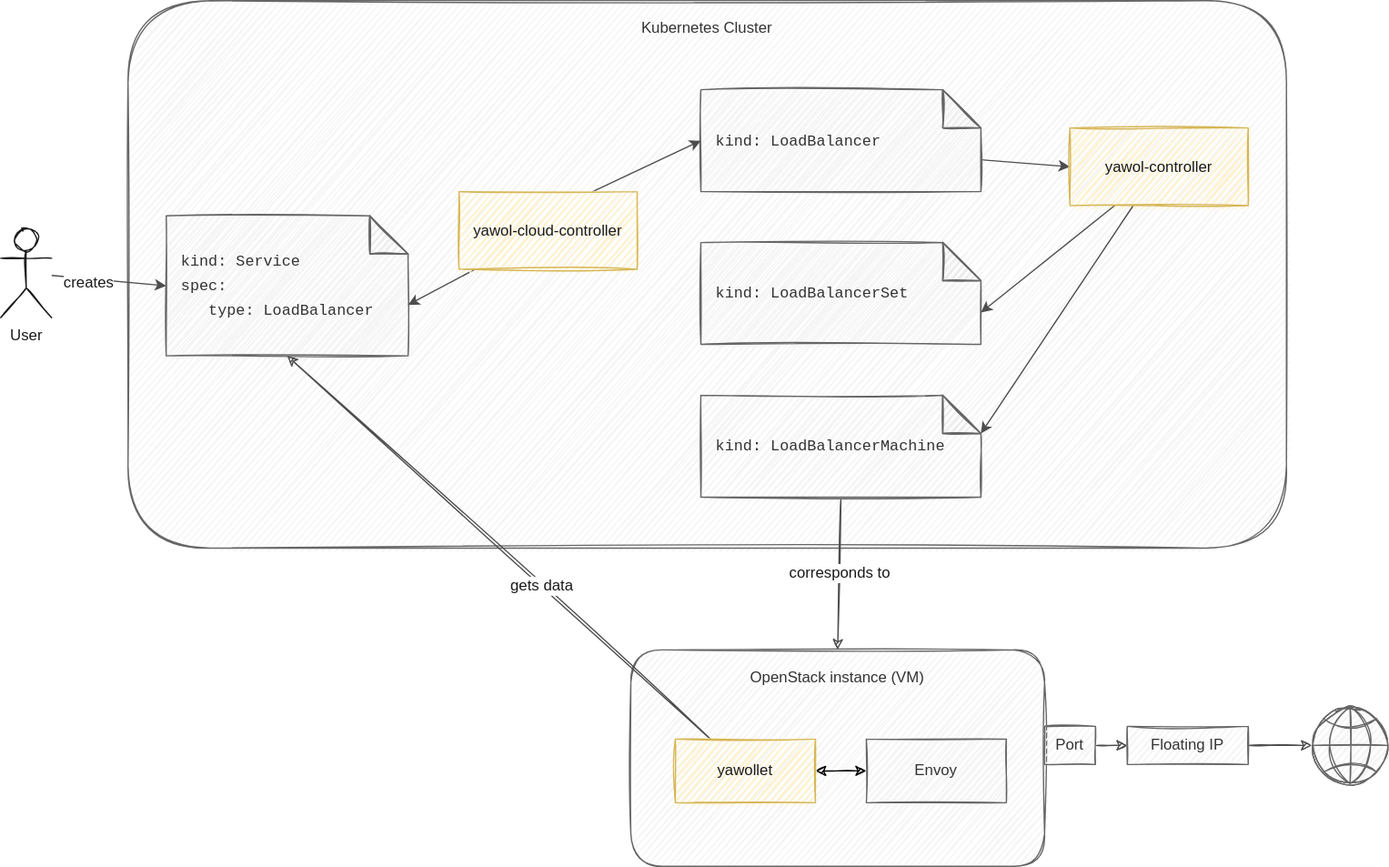
The draw.io diagram docs/overview.drawio.svg in stackitcloud/yawol, before a commit. Source tidied: cells renumbered, new cells last; positions are measured from the earlier drawing's top-left corner, leaving out a move shared by most shapes.
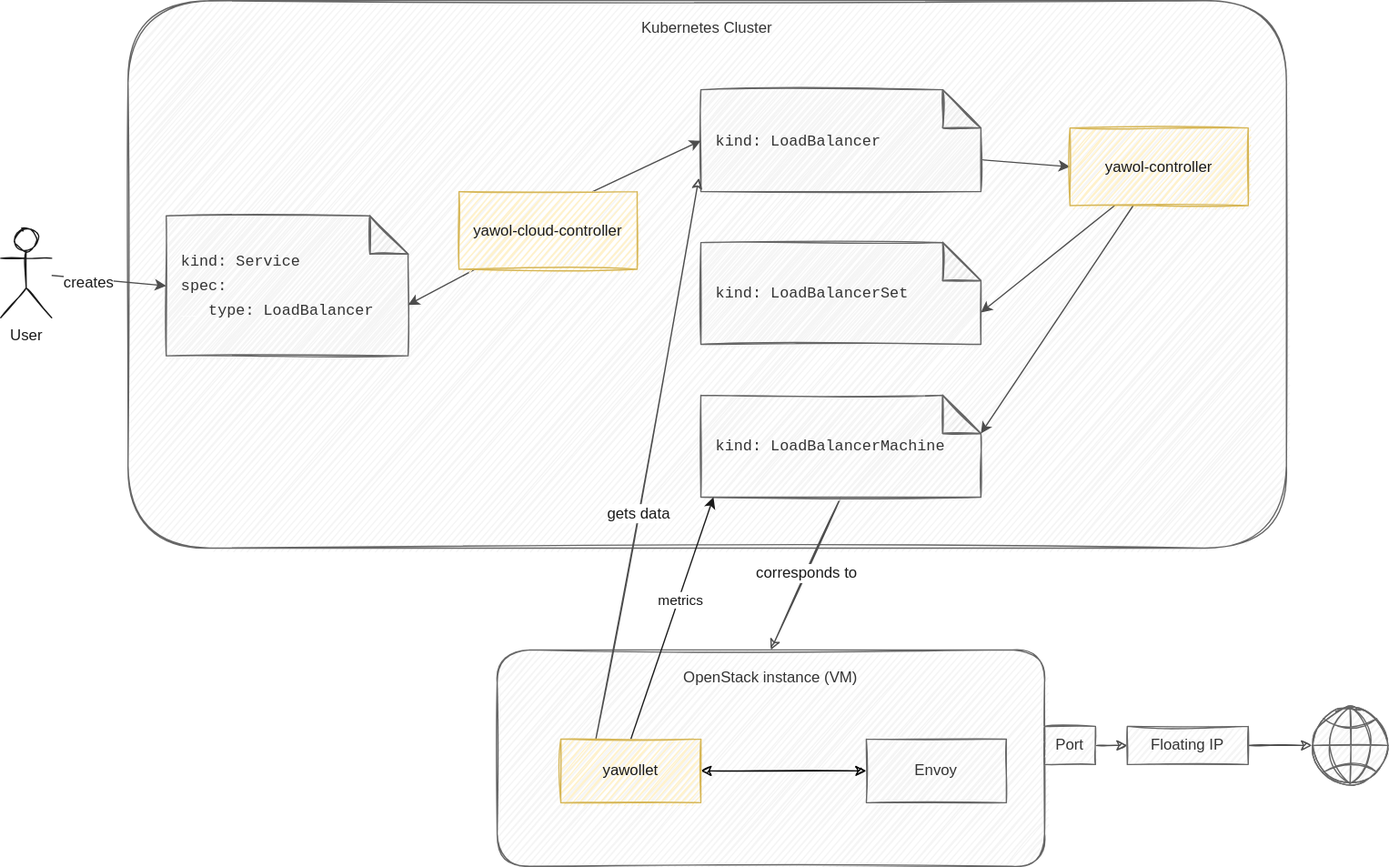
The same file after the commit.

The edit, as a diff of the source:
```diff
@@ -51,19 +51,25 @@
       <mxGeometry x="840" y="100" width="140" height="61" as="geometry" />
     </mxCell>
     <mxCell id="18" value="OpenStack instance (VM)" style="rounded=1;whiteSpace=wrap;html=1;align=center;sketch=1;verticalAlign=top;spacing=10;fontColor=#333333;fillColor=#f5f5f5;strokeColor=#666666;" parent="1" vertex="1">
-      <mxGeometry x="495" y="510" width="325" height="170" as="geometry" />
+      <mxGeometry x="390" y="510" width="430" height="170" as="geometry" />
     </mxCell>
     <mxCell id="19" style="edgeStyle=none;sketch=1;html=1;exitX=1;exitY=0.5;exitDx=0;exitDy=0;entryX=0;entryY=0.5;entryDx=0;entryDy=0;fontFamily=Helvetica;fontSize=12;startArrow=classic;startFill=1;fontColor=#1A1A1A;" parent="1" edge="1" source="22" target="23">
       <mxGeometry relative="1" as="geometry" />
     </mxCell>
-    <mxCell id="20" style="edgeStyle=none;sketch=1;html=1;exitX=0.25;exitY=0;exitDx=0;exitDy=0;entryX=0.5;entryY=1;entryDx=0;entryDy=0;entryPerimeter=0;fontFamily=Helvetica;fontSize=12;startArrow=none;startFill=0;endArrow=classic;endFill=1;fontColor=#1A1A1A;strokeColor=#4D4D4D;" parent="1" edge="1" source="22" target="3">
+    <mxCell id="20" style="edgeStyle=none;sketch=1;html=1;exitX=0.25;exitY=0;exitDx=0;exitDy=0;entryX=-0.007;entryY=0.867;entryDx=0;entryDy=0;entryPerimeter=0;fontFamily=Helvetica;fontSize=12;startArrow=none;startFill=0;endArrow=classic;endFill=1;fontColor=#1A1A1A;strokeColor=#4D4D4D;" parent="1" edge="1" source="22" target="8">
       <mxGeometry relative="1" as="geometry" />
     </mxCell>
     <mxCell id="21" value="gets data" style="edgeLabel;html=1;align=center;verticalAlign=middle;fontSize=12;fontFamily=Helvetica;fontColor=#1A1A1A;labelBackgroundColor=#FFFFFF;" parent="20" vertex="1">
       <mxGeometry x="-0.2" relative="1" as="geometry" />
     </mxCell>
+    <mxCell id="29" style="edgeStyle=none;html=1;exitX=0.5;exitY=0;exitDx=0;exitDy=0;entryX=0.045;entryY=1;entryDx=0;entryDy=0;entryPerimeter=0;strokeColor=#1A1A1A;" parent="1" edge="1" source="22" target="11">
+      <mxGeometry relative="1" as="geometry" />
+    </mxCell>
+    <mxCell id="30" value="metrics" style="edgeLabel;html=1;align=center;verticalAlign=middle;fontColor=#1A1A1A;labelBackgroundColor=#FFFFFF;" parent="29" vertex="1">
+      <mxGeometry x="0.16" y="-1" relative="1" as="geometry" />
+    </mxCell>
     <mxCell id="22" value="yawollet" style="rounded=0;whiteSpace=wrap;html=1;sketch=1;fontFamily=Helvetica;fontSize=12;fillColor=#fff2cc;strokeColor=#d6b656;fontColor=#1A1A1A;" parent="1" vertex="1">
-      <mxGeometry x="530" y="580" width="110" height="50" as="geometry" />
+      <mxGeometry x="440" y="580" width="110" height="50" as="geometry" />
     </mxCell>
     <mxCell id="23" value="Envoy" style="rounded=0;whiteSpace=wrap;html=1;sketch=1;fontFamily=Helvetica;fontSize=12;fontColor=#333333;fillColor=#f5f5f5;strokeColor=#666666;" parent="1" vertex="1">
       <mxGeometry x="680" y="580" width="110" height="50" as="geometry" />
```
